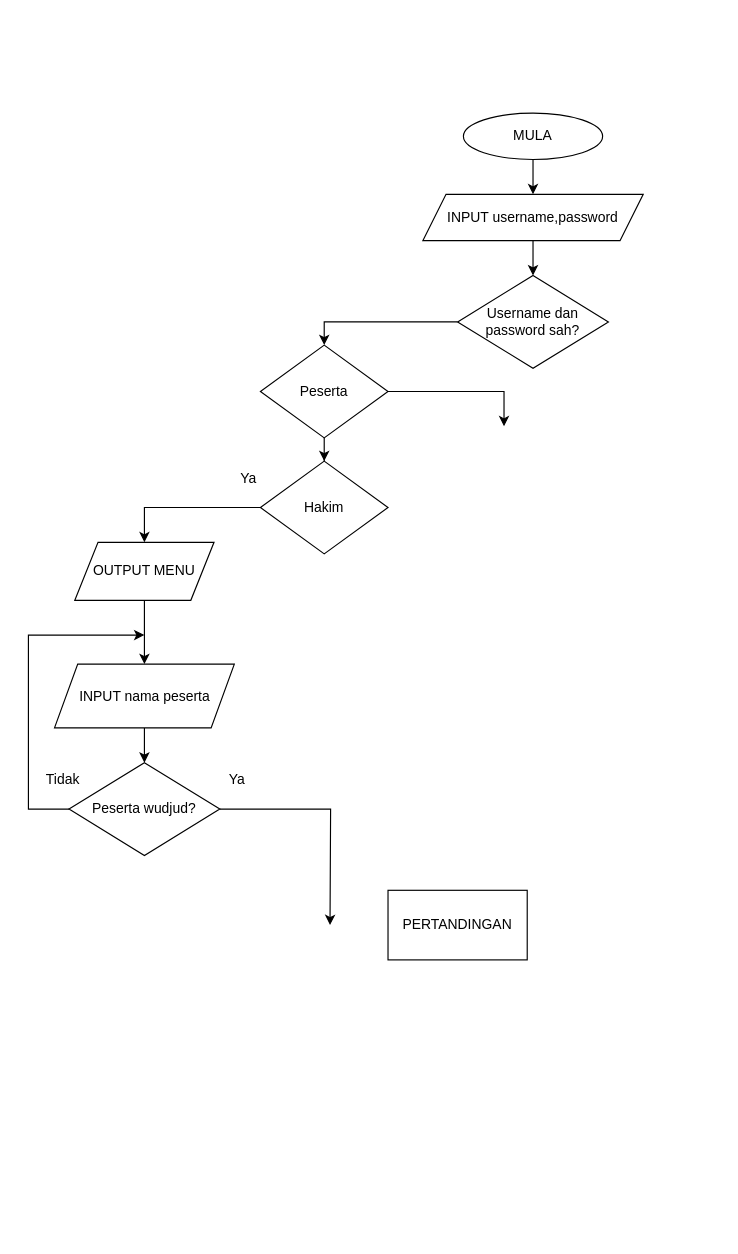
Earlier version of the draw.io diagram page "Page-1" (1 of 2) of SKProject.drawio (EzraChai/py). Source tidied: cells renumbered, new cells numbered last; positions are measured from the earlier drawing's top-left corner, leaving out a move shared by most shapes. Both pictures are drawn from the tidied source at 116%, with x=0, y=0 at pixel (28, 113).
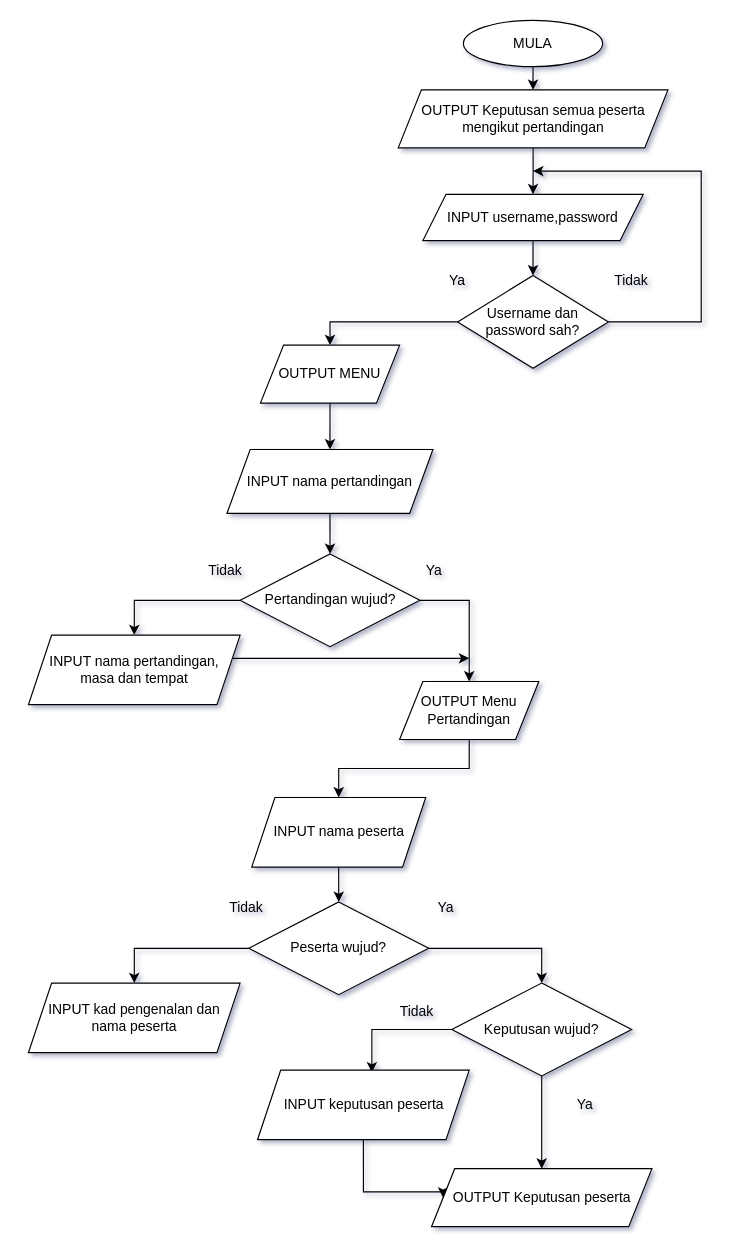
After the change.

Unchanged cells that the change refers to:
```xml
<mxCell id="5" value="INPUT username,password" style="shape=parallelogram;perimeter=parallelogramPerimeter;whiteSpace=wrap;html=1;fixedSize=1;" parent="1" vertex="1">
  <mxGeometry x="340" y="70" width="190" height="40" as="geometry" />
</mxCell>
<mxCell id="7" value="Username dan password sah?" style="rhombus;whiteSpace=wrap;html=1;" parent="1" vertex="1">
  <mxGeometry x="370" y="140" width="130" height="80" as="geometry" />
</mxCell>
```

Change to the diagram source:
```diff
@@
-<mxGraphModel>
+<mxGraphModel shadow="1">
@@
-    <mxCell id="2" style="edgeStyle=orthogonalEdgeStyle;rounded=0;jettySize=auto;html=1;exitX=0.5;exitY=1;exitDx=0;exitDy=0;" parent="1" edge="1" source="3" target="5">
-      <mxGeometry relative="1" as="geometry" />
-    </mxCell>
+    <mxCell id="24" style="edgeStyle=orthogonalEdgeStyle;rounded=0;jettySize=auto;html=1;exitX=0.5;exitY=1;exitDx=0;exitDy=0;" parent="1" edge="1" source="3" target="51">
+      <mxGeometry relative="1" as="geometry" />
+    </mxCell>
     <mxCell id="3" value="MULA" style="ellipse;whiteSpace=wrap;html=1;" parent="1" vertex="1">
-      <mxGeometry x="375" width="120" height="40" as="geometry" />
+      <mxGeometry x="375" y="-80" width="120" height="40" as="geometry" />
     </mxCell>
@@
-    <mxCell id="6" style="edgeStyle=orthogonalEdgeStyle;rounded=0;jettySize=auto;html=1;exitX=0;exitY=0.5;exitDx=0;exitDy=0;entryX=0.5;entryY=0;entryDx=0;entryDy=0;" parent="1" edge="1" source="7" target="10">
-      <mxGeometry relative="1" as="geometry" />
-    </mxCell>
+    <mxCell id="25" style="edgeStyle=orthogonalEdgeStyle;rounded=0;jettySize=auto;html=1;exitX=1;exitY=0.5;exitDx=0;exitDy=0;" parent="1" edge="1" source="7">
+      <mxGeometry relative="1" as="geometry">
+        <mxPoint x="435" y="50" as="targetPoint" />
+        <Array as="points">
+          <mxPoint x="580" y="180" />
+          <mxPoint x="580" y="50" />
+        </Array>
+      </mxGeometry>
+    </mxCell>
+    <mxCell id="26" style="edgeStyle=orthogonalEdgeStyle;rounded=0;jettySize=auto;html=1;exitX=0;exitY=0.5;exitDx=0;exitDy=0;entryX=0.5;entryY=0;entryDx=0;entryDy=0;" parent="1" edge="1" source="7" target="14">
+      <mxGeometry relative="1" as="geometry" />
+    </mxCell>
@@
-    <mxCell id="8" style="edgeStyle=orthogonalEdgeStyle;rounded=0;jettySize=auto;html=1;exitX=0.5;exitY=1;exitDx=0;exitDy=0;" parent="1" edge="1" source="10" target="12">
-      <mxGeometry relative="1" as="geometry" />
-    </mxCell>
-    <mxCell id="9" style="edgeStyle=orthogonalEdgeStyle;rounded=0;jettySize=auto;html=1;exitX=1;exitY=0.5;exitDx=0;exitDy=0;" parent="1" edge="1" source="10">
-      <mxGeometry relative="1" as="geometry">
-        <mxPoint x="410" y="270" as="targetPoint" />
-        <Array as="points">
-          <mxPoint x="410" y="240" />
-        </Array>
-      </mxGeometry>
-    </mxCell>
-    <mxCell id="10" value="Peserta" style="rhombus;whiteSpace=wrap;html=1;" parent="1" vertex="1">
-      <mxGeometry x="200" y="200" width="110" height="80" as="geometry" />
-    </mxCell>
-    <mxCell id="11" style="edgeStyle=orthogonalEdgeStyle;rounded=0;jettySize=auto;html=1;entryX=0.5;entryY=0;entryDx=0;entryDy=0;exitX=0;exitY=0.5;exitDx=0;exitDy=0;" parent="1" edge="1" source="12" target="14">
-      <mxGeometry relative="1" as="geometry" />
-    </mxCell>
-    <mxCell id="12" value="Hakim" style="rhombus;whiteSpace=wrap;html=1;" parent="1" vertex="1">
-      <mxGeometry x="200" y="300" width="110" height="80" as="geometry" />
-    </mxCell>
@@
     <mxCell id="14" value="OUTPUT MENU" style="shape=parallelogram;perimeter=parallelogramPerimeter;whiteSpace=wrap;html=1;fixedSize=1;" parent="1" vertex="1">
-      <mxGeometry x="40" y="370" width="120" height="50" as="geometry" />
+      <mxGeometry x="200" y="200" width="120" height="50" as="geometry" />
     </mxCell>
@@
-    <mxCell id="16" value="INPUT nama peserta" style="shape=parallelogram;perimeter=parallelogramPerimeter;whiteSpace=wrap;html=1;fixedSize=1;" parent="1" vertex="1">
-      <mxGeometry x="22.5" y="475" width="155" height="55" as="geometry" />
+    <mxCell id="16" value="INPUT nama pertandingan" style="shape=parallelogram;perimeter=parallelogramPerimeter;whiteSpace=wrap;html=1;fixedSize=1;" parent="1" vertex="1">
+      <mxGeometry x="171.2" y="290" width="177.5" height="55" as="geometry" />
     </mxCell>
-    <mxCell id="17" style="edgeStyle=orthogonalEdgeStyle;rounded=0;jettySize=auto;html=1;exitX=1;exitY=0.5;exitDx=0;exitDy=0;" parent="1" edge="1" source="19">
-      <mxGeometry relative="1" as="geometry">
-        <mxPoint x="260" y="700" as="targetPoint" />
-      </mxGeometry>
-    </mxCell>
-    <mxCell id="18" style="edgeStyle=orthogonalEdgeStyle;rounded=0;jettySize=auto;html=1;exitX=0;exitY=0.5;exitDx=0;exitDy=0;" parent="1" edge="1" source="19">
-      <mxGeometry relative="1" as="geometry">
-        <mxPoint x="100" y="450" as="targetPoint" />
-        <Array as="points">
-          <mxPoint y="600" />
-          <mxPoint y="450" />
-        </Array>
-      </mxGeometry>
-    </mxCell>
+    <mxCell id="27" style="edgeStyle=orthogonalEdgeStyle;rounded=0;jettySize=auto;html=1;exitX=1;exitY=0.5;exitDx=0;exitDy=0;entryX=0.5;entryY=0;entryDx=0;entryDy=0;" parent="1" edge="1" source="19" target="30">
+      <mxGeometry relative="1" as="geometry" />
+    </mxCell>
+    <mxCell id="28" style="edgeStyle=orthogonalEdgeStyle;rounded=0;jettySize=auto;html=1;exitX=0;exitY=0.5;exitDx=0;exitDy=0;entryX=0.5;entryY=0;entryDx=0;entryDy=0;" parent="1" edge="1" source="19" target="32">
+      <mxGeometry relative="1" as="geometry" />
+    </mxCell>
-    <mxCell id="19" value="Peserta wudjud?" style="rhombus;whiteSpace=wrap;html=1;" parent="1" vertex="1">
-      <mxGeometry x="35" y="560" width="130" height="80" as="geometry" />
+    <mxCell id="19" value="Pertandingan wujud?" style="rhombus;whiteSpace=wrap;html=1;" parent="1" vertex="1">
+      <mxGeometry x="182.5" y="380" width="155" height="80" as="geometry" />
     </mxCell>
     <mxCell id="20" value="&lt;div&gt;Tidak&lt;/div&gt;" style="text;html=1;strokeColor=none;fillColor=none;align=center;verticalAlign=middle;whiteSpace=wrap;rounded=0;" parent="1" vertex="1">
-      <mxGeometry y="560" width="60" height="30" as="geometry" />
+      <mxGeometry x="140" y="380" width="60" height="30" as="geometry" />
     </mxCell>
     <mxCell id="21" value="Ya" style="text;html=1;strokeColor=none;fillColor=none;align=center;verticalAlign=middle;whiteSpace=wrap;rounded=0;" parent="1" vertex="1">
-      <mxGeometry x="160" y="300" width="60" height="30" as="geometry" />
+      <mxGeometry x="320" y="380" width="60" height="30" as="geometry" />
     </mxCell>
     <mxCell id="22" value="Ya" style="text;html=1;strokeColor=none;fillColor=none;align=center;verticalAlign=middle;whiteSpace=wrap;rounded=0;" parent="1" vertex="1">
-      <mxGeometry x="150" y="560" width="60" height="30" as="geometry" />
+      <mxGeometry x="340" y="130" width="60" height="30" as="geometry" />
     </mxCell>
-    <mxCell id="23" value="PERTANDINGAN" style="rounded=0;whiteSpace=wrap;html=1;" parent="1" vertex="1">
-      <mxGeometry x="310" y="670" width="120" height="60" as="geometry" />
-    </mxCell>
+    <mxCell id="29" style="edgeStyle=orthogonalEdgeStyle;rounded=0;jettySize=auto;html=1;exitX=0.5;exitY=1;exitDx=0;exitDy=0;entryX=0.5;entryY=0;entryDx=0;entryDy=0;" parent="1" edge="1" source="30" target="34">
+      <mxGeometry relative="1" as="geometry" />
+    </mxCell>
+    <mxCell id="30" value="OUTPUT Menu Pertandingan" style="shape=parallelogram;perimeter=parallelogramPerimeter;whiteSpace=wrap;html=1;fixedSize=1;" parent="1" vertex="1">
+      <mxGeometry x="320" y="490" width="120" height="50" as="geometry" />
+    </mxCell>
+    <mxCell id="31" style="edgeStyle=orthogonalEdgeStyle;rounded=0;jettySize=auto;html=1;exitX=1;exitY=0.5;exitDx=0;exitDy=0;" parent="1" edge="1" source="32">
+      <mxGeometry relative="1" as="geometry">
+        <mxPoint x="380" y="470" as="targetPoint" />
+        <Array as="points">
+          <mxPoint x="173" y="470" />
+          <mxPoint x="380" y="470" />
+        </Array>
+      </mxGeometry>
+    </mxCell>
+    <mxCell id="32" value="&lt;div&gt;INPUT nama pertandingan,&lt;/div&gt;&lt;div&gt;masa dan tempat&lt;br&gt;&lt;/div&gt;" style="shape=parallelogram;perimeter=parallelogramPerimeter;whiteSpace=wrap;html=1;fixedSize=1;" parent="1" vertex="1">
+      <mxGeometry y="450" width="182.5" height="60" as="geometry" />
+    </mxCell>
+    <mxCell id="33" style="edgeStyle=orthogonalEdgeStyle;rounded=0;jettySize=auto;html=1;exitX=0.5;exitY=1;exitDx=0;exitDy=0;" parent="1" edge="1" source="34" target="37">
+      <mxGeometry relative="1" as="geometry" />
+    </mxCell>
+    <mxCell id="34" value="INPUT nama peserta" style="shape=parallelogram;perimeter=parallelogramPerimeter;whiteSpace=wrap;html=1;fixedSize=1;" parent="1" vertex="1">
+      <mxGeometry x="192.5" y="590" width="150" height="60" as="geometry" />
+    </mxCell>
+    <mxCell id="35" style="edgeStyle=orthogonalEdgeStyle;rounded=0;jettySize=auto;html=1;exitX=0;exitY=0.5;exitDx=0;exitDy=0;entryX=0.5;entryY=0;entryDx=0;entryDy=0;" parent="1" edge="1" source="37" target="38">
+      <mxGeometry relative="1" as="geometry" />
+    </mxCell>
+    <mxCell id="36" style="edgeStyle=orthogonalEdgeStyle;rounded=0;jettySize=auto;html=1;exitX=1;exitY=0.5;exitDx=0;exitDy=0;entryX=0.5;entryY=0;entryDx=0;entryDy=0;" parent="1" edge="1" source="37" target="43">
+      <mxGeometry relative="1" as="geometry" />
+    </mxCell>
+    <mxCell id="37" value="Peserta wujud?" style="rhombus;whiteSpace=wrap;html=1;" parent="1" vertex="1">
+      <mxGeometry x="190" y="680" width="155" height="80" as="geometry" />
+    </mxCell>
+    <mxCell id="38" value="&lt;div&gt;INPUT kad pengenalan dan nama peserta &lt;br&gt;&lt;/div&gt;" style="shape=parallelogram;perimeter=parallelogramPerimeter;whiteSpace=wrap;html=1;fixedSize=1;" parent="1" vertex="1">
+      <mxGeometry y="750" width="182.5" height="60" as="geometry" />
+    </mxCell>
+    <mxCell id="39" value="&lt;div&gt;Tidak&lt;/div&gt;" style="text;html=1;strokeColor=none;fillColor=none;align=center;verticalAlign=middle;whiteSpace=wrap;rounded=0;" parent="1" vertex="1">
+      <mxGeometry x="157.5" y="670" width="60" height="30" as="geometry" />
+    </mxCell>
+    <mxCell id="40" value="Ya" style="text;html=1;strokeColor=none;fillColor=none;align=center;verticalAlign=middle;whiteSpace=wrap;rounded=0;" parent="1" vertex="1">
+      <mxGeometry x="330" y="670" width="60" height="30" as="geometry" />
+    </mxCell>
+    <mxCell id="41" style="edgeStyle=orthogonalEdgeStyle;rounded=0;jettySize=auto;html=1;exitX=0.5;exitY=1;exitDx=0;exitDy=0;" parent="1" edge="1" source="43" target="48">
+      <mxGeometry relative="1" as="geometry" />
+    </mxCell>
+    <mxCell id="42" style="edgeStyle=orthogonalEdgeStyle;rounded=0;jettySize=auto;html=1;exitX=0;exitY=0.5;exitDx=0;exitDy=0;entryX=0.54;entryY=0.033;entryDx=0;entryDy=0;entryPerimeter=0;" parent="1" edge="1" source="43" target="45">
+      <mxGeometry relative="1" as="geometry" />
+    </mxCell>
+    <mxCell id="43" value="Keputusan wujud?" style="rhombus;whiteSpace=wrap;html=1;" parent="1" vertex="1">
+      <mxGeometry x="365" y="750" width="155" height="80" as="geometry" />
+    </mxCell>
+    <mxCell id="44" style="edgeStyle=orthogonalEdgeStyle;rounded=0;jettySize=auto;html=1;exitX=0.5;exitY=1;exitDx=0;exitDy=0;entryX=0;entryY=0.5;entryDx=0;entryDy=0;" parent="1" edge="1" source="45" target="48">
+      <mxGeometry relative="1" as="geometry">
+        <Array as="points">
+          <mxPoint x="289" y="930" />
+          <mxPoint x="358" y="930" />
+        </Array>
+      </mxGeometry>
+    </mxCell>
+    <mxCell id="45" value="&lt;div&gt;INPUT keputusan peserta&lt;br&gt;&lt;/div&gt;" style="shape=parallelogram;perimeter=parallelogramPerimeter;whiteSpace=wrap;html=1;fixedSize=1;" parent="1" vertex="1">
+      <mxGeometry x="197.5" y="825" width="182.5" height="60" as="geometry" />
+    </mxCell>
+    <mxCell id="46" value="&lt;div&gt;Tidak&lt;/div&gt;" style="text;html=1;strokeColor=none;fillColor=none;align=center;verticalAlign=middle;whiteSpace=wrap;rounded=0;" parent="1" vertex="1">
+      <mxGeometry x="490" y="130" width="60" height="30" as="geometry" />
+    </mxCell>
+    <mxCell id="47" value="Ya" style="text;html=1;strokeColor=none;fillColor=none;align=center;verticalAlign=middle;whiteSpace=wrap;rounded=0;" parent="1" vertex="1">
+      <mxGeometry x="450" y="840" width="60" height="30" as="geometry" />
+    </mxCell>
+    <mxCell id="48" value="OUTPUT Keputusan peserta " style="shape=parallelogram;perimeter=parallelogramPerimeter;whiteSpace=wrap;html=1;fixedSize=1;" parent="1" vertex="1">
+      <mxGeometry x="347.5" y="910" width="190" height="50" as="geometry" />
+    </mxCell>
+    <mxCell id="49" value="&lt;div&gt;Tidak&lt;/div&gt;" style="text;html=1;strokeColor=none;fillColor=none;align=center;verticalAlign=middle;whiteSpace=wrap;rounded=0;" parent="1" vertex="1">
+      <mxGeometry x="305" y="760" width="60" height="30" as="geometry" />
+    </mxCell>
+    <mxCell id="50" style="edgeStyle=orthogonalEdgeStyle;rounded=0;jettySize=auto;html=1;exitX=0.5;exitY=1;exitDx=0;exitDy=0;entryX=0.5;entryY=0;entryDx=0;entryDy=0;" parent="1" edge="1" source="51" target="5">
+      <mxGeometry relative="1" as="geometry" />
+    </mxCell>
+    <mxCell id="51" value="OUTPUT Keputusan semua peserta mengikut pertandingan" style="shape=parallelogram;perimeter=parallelogramPerimeter;whiteSpace=wrap;html=1;fixedSize=1;" parent="1" vertex="1">
+      <mxGeometry x="318.8" y="-20" width="232.5" height="50" as="geometry" />
+    </mxCell>
```
